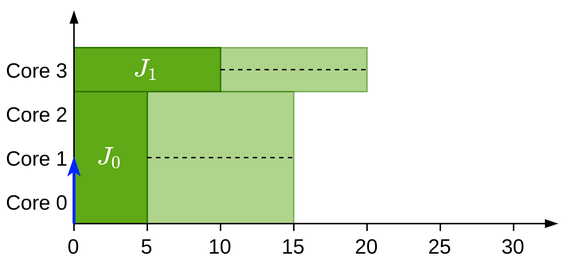
Above: Notes/TFM/images/extra_04/gang.png in jmigual/APATeoria (draw.io), before the change. Source tidied: cells renumbered, new cells last; positions are measured from the earlier drawing's top-left corner, leaving out a move shared by most shapes. Source of this version:
```xml
<mxGraphModel math="1">
  <root>
    <mxCell id="0" />
    <mxCell id="1" parent="0" />
    <mxCell id="2" style="rounded=0;whiteSpace=wrap;html=1;align=center;fillColor=#60a917;strokeColor=#2D7600;fontColor=#ffffff;comic=0;fontSize=14;opacity=50;" parent="1" vertex="1">
      <mxGeometry x="150" y="25" width="100" height="30" as="geometry" />
    </mxCell>
    <mxCell id="3" style="rounded=0;whiteSpace=wrap;html=1;align=center;fillColor=#60a917;strokeColor=#2D7600;fontColor=#ffffff;comic=0;fontSize=14;gradientColor=none;gradientDirection=east;opacity=50;" parent="1" vertex="1">
      <mxGeometry x="90" y="55" width="110" height="90" as="geometry" />
    </mxCell>
    <mxCell id="4" value="$$J_{1}$$" style="rounded=0;whiteSpace=wrap;html=1;align=center;fillColor=#60a917;strokeColor=#2D7600;fontColor=#ffffff;comic=0;fontSize=14;" parent="1" vertex="1">
      <mxGeometry x="50" y="25" width="100" height="30" as="geometry" />
    </mxCell>
    <mxCell id="5" value="$$J_{0}$$" style="rounded=0;whiteSpace=wrap;html=1;align=center;fillColor=#60a917;strokeColor=#2D7600;fontColor=#ffffff;comic=0;fontSize=14;" parent="1" vertex="1">
      <mxGeometry x="50" y="55" width="50" height="90" as="geometry" />
    </mxCell>
    <mxCell id="6" style="endArrow=blockThin;html=1;strokeColor=#000000;endFill=1;exitX=0.5;exitY=0;exitDx=0;exitDy=0;" parent="1" edge="1">
      <mxGeometry relative="1" as="geometry">
        <mxPoint x="50" y="150" as="sourcePoint" />
        <mxPoint x="50" as="targetPoint" />
      </mxGeometry>
    </mxCell>
    <mxCell id="7" value="&lt;div style=&quot;font-size: 14px;&quot;&gt;0&lt;/div&gt;" style="text;html=1;strokeColor=none;fillColor=none;align=center;verticalAlign=middle;whiteSpace=wrap;rounded=0;fontSize=14;" parent="1" vertex="1">
      <mxGeometry x="40" y="150" width="20" height="20" as="geometry" />
    </mxCell>
    <mxCell id="8" value="5" style="text;html=1;strokeColor=none;fillColor=none;align=center;verticalAlign=middle;whiteSpace=wrap;rounded=0;fontSize=14;" parent="1" vertex="1">
      <mxGeometry x="90" y="150" width="20" height="20" as="geometry" />
    </mxCell>
    <mxCell id="9" value="10" style="text;html=1;strokeColor=none;fillColor=none;align=center;verticalAlign=middle;whiteSpace=wrap;rounded=0;fontSize=14;" parent="1" vertex="1">
      <mxGeometry x="140" y="150" width="20" height="20" as="geometry" />
    </mxCell>
    <mxCell id="10" value="15" style="text;html=1;strokeColor=none;fillColor=none;align=center;verticalAlign=middle;whiteSpace=wrap;rounded=0;fontSize=14;" parent="1" vertex="1">
      <mxGeometry x="190" y="150" width="20" height="20" as="geometry" />
    </mxCell>
    <mxCell id="11" value="20" style="text;html=1;strokeColor=none;fillColor=none;align=center;verticalAlign=middle;whiteSpace=wrap;rounded=0;fontSize=14;" parent="1" vertex="1">
      <mxGeometry x="240" y="150" width="20" height="20" as="geometry" />
    </mxCell>
    <mxCell id="12" value="Core 0" style="text;html=1;strokeColor=none;fillColor=none;align=center;verticalAlign=middle;whiteSpace=wrap;rounded=0;fontSize=14;fontColor=#000000;" parent="1" vertex="1">
      <mxGeometry y="120" width="50" height="20" as="geometry" />
    </mxCell>
    <mxCell id="13" value="Core 1" style="text;html=1;strokeColor=none;fillColor=none;align=center;verticalAlign=middle;whiteSpace=wrap;rounded=0;fontSize=14;fontColor=#000000;" parent="1" vertex="1">
      <mxGeometry y="90" width="50" height="20" as="geometry" />
    </mxCell>
    <mxCell id="14" style="endArrow=none;html=1;" parent="1" edge="1" source="15">
      <mxGeometry relative="1" as="geometry">
        <mxPoint x="300" y="145" as="targetPoint" />
      </mxGeometry>
    </mxCell>
    <mxCell id="15" value="25" style="text;html=1;strokeColor=none;fillColor=none;align=center;verticalAlign=middle;whiteSpace=wrap;rounded=0;fontSize=14;" parent="1" vertex="1">
      <mxGeometry x="290" y="150" width="20" height="20" as="geometry" />
    </mxCell>
    <mxCell id="16" style="endArrow=none;html=1;exitX=0.5;exitY=0;exitDx=0;exitDy=0;" parent="1" edge="1" source="15">
      <mxGeometry relative="1" as="geometry">
        <mxPoint x="300" y="145" as="targetPoint" />
      </mxGeometry>
    </mxCell>
    <mxCell id="17" style="endArrow=none;html=1;exitX=0.5;exitY=0;exitDx=0;exitDy=0;" parent="1" edge="1" source="11">
      <mxGeometry relative="1" as="geometry">
        <mxPoint x="250" y="145" as="targetPoint" />
      </mxGeometry>
    </mxCell>
    <mxCell id="18" style="endArrow=none;html=1;exitX=0.5;exitY=0;exitDx=0;exitDy=0;" parent="1" edge="1" source="10">
      <mxGeometry relative="1" as="geometry">
        <mxPoint x="200" y="145" as="targetPoint" />
      </mxGeometry>
    </mxCell>
    <mxCell id="19" style="endArrow=none;html=1;exitX=0.5;exitY=0;exitDx=0;exitDy=0;" parent="1" edge="1" source="9">
      <mxGeometry relative="1" as="geometry">
        <mxPoint x="150" y="145" as="targetPoint" />
      </mxGeometry>
    </mxCell>
    <mxCell id="20" style="endArrow=none;html=1;exitX=0.5;exitY=0;exitDx=0;exitDy=0;" parent="1" edge="1" source="8">
      <mxGeometry relative="1" as="geometry">
        <mxPoint x="100" y="145" as="targetPoint" />
      </mxGeometry>
    </mxCell>
    <mxCell id="21" style="endArrow=none;html=1;" parent="1" edge="1" source="22">
      <mxGeometry relative="1" as="geometry">
        <mxPoint x="350" y="145" as="targetPoint" />
      </mxGeometry>
    </mxCell>
    <mxCell id="22" value="30" style="text;html=1;strokeColor=none;fillColor=none;align=center;verticalAlign=middle;whiteSpace=wrap;rounded=0;fontSize=14;" parent="1" vertex="1">
      <mxGeometry x="340" y="150" width="20" height="20" as="geometry" />
    </mxCell>
    <mxCell id="23" value="Core 2" style="text;html=1;strokeColor=none;fillColor=none;align=center;verticalAlign=middle;whiteSpace=wrap;rounded=0;fontSize=14;fontColor=#000000;" parent="1" vertex="1">
      <mxGeometry y="60" width="50" height="20" as="geometry" />
    </mxCell>
    <mxCell id="24" style="endArrow=blockThin;html=1;endFill=1;" parent="1" edge="1">
      <mxGeometry relative="1" as="geometry">
        <mxPoint x="50" y="145" as="sourcePoint" />
        <mxPoint x="380" y="145" as="targetPoint" />
      </mxGeometry>
    </mxCell>
    <mxCell id="25" style="endArrow=classicThin;html=1;strokeColor=#0027FF;fillColor=#0050ef;endFill=1;strokeWidth=2;" parent="1" edge="1">
      <mxGeometry relative="1" as="geometry">
        <mxPoint x="50" y="145" as="sourcePoint" />
        <mxPoint x="50" y="100" as="targetPoint" />
      </mxGeometry>
    </mxCell>
    <mxCell id="26" value="Core 3" style="text;html=1;strokeColor=none;fillColor=none;align=center;verticalAlign=middle;whiteSpace=wrap;rounded=0;fontSize=14;fontColor=#000000;" parent="1" vertex="1">
      <mxGeometry y="30" width="50" height="20" as="geometry" />
    </mxCell>
    <mxCell id="27" style="endArrow=none;dashed=1;html=1;exitX=1;exitY=0.5;exitDx=0;exitDy=0;entryX=1;entryY=0.5;entryDx=0;entryDy=0;" parent="1" edge="1" source="5" target="3">
      <mxGeometry relative="1" as="geometry" />
    </mxCell>
    <mxCell id="28" style="endArrow=none;dashed=1;html=1;exitX=1;exitY=0.5;exitDx=0;exitDy=0;entryX=1;entryY=0.5;entryDx=0;entryDy=0;" parent="1" edge="1" source="4" target="2">
      <mxGeometry relative="1" as="geometry" />
    </mxCell>
  </root>
</mxGraphModel>
```
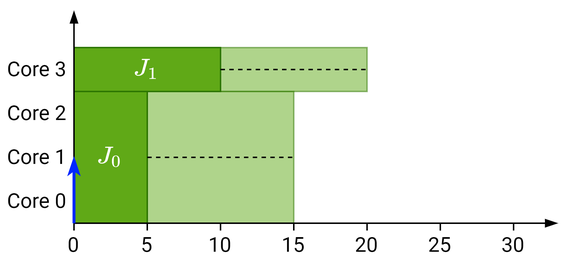
Later version of the same file.

Diff of the diagram source:
```diff
@@ -2,108 +2,108 @@
   <root>
     <mxCell id="0" />
     <mxCell id="1" parent="0" />
-    <mxCell id="2" style="rounded=0;whiteSpace=wrap;html=1;align=center;fillColor=#60a917;strokeColor=#2D7600;fontColor=#ffffff;comic=0;fontSize=14;opacity=50;" parent="1" vertex="1">
+    <mxCell id="2" style="rounded=0;whiteSpace=wrap;html=1;align=center;fillColor=#60a917;strokeColor=#2D7600;fontColor=#ffffff;comic=0;fontSize=14;opacity=50;fontFamily=Roboto;FType=g;" parent="1" vertex="1">
       <mxGeometry x="150" y="25" width="100" height="30" as="geometry" />
     </mxCell>
-    <mxCell id="3" style="rounded=0;whiteSpace=wrap;html=1;align=center;fillColor=#60a917;strokeColor=#2D7600;fontColor=#ffffff;comic=0;fontSize=14;gradientColor=none;gradientDirection=east;opacity=50;" parent="1" vertex="1">
+    <mxCell id="3" style="rounded=0;whiteSpace=wrap;html=1;align=center;fillColor=#60a917;strokeColor=#2D7600;fontColor=#ffffff;comic=0;fontSize=14;gradientColor=none;gradientDirection=east;opacity=50;fontFamily=Roboto;FType=g;" parent="1" vertex="1">
       <mxGeometry x="90" y="55" width="110" height="90" as="geometry" />
     </mxCell>
-    <mxCell id="4" value="$$J_{1}$$" style="rounded=0;whiteSpace=wrap;html=1;align=center;fillColor=#60a917;strokeColor=#2D7600;fontColor=#ffffff;comic=0;fontSize=14;" parent="1" vertex="1">
+    <mxCell id="4" value="$$J_{1}$$" style="rounded=0;whiteSpace=wrap;html=1;align=center;fillColor=#60a917;strokeColor=#2D7600;fontColor=#ffffff;comic=0;fontSize=14;fontFamily=Roboto;FType=g;" parent="1" vertex="1">
       <mxGeometry x="50" y="25" width="100" height="30" as="geometry" />
     </mxCell>
-    <mxCell id="5" value="$$J_{0}$$" style="rounded=0;whiteSpace=wrap;html=1;align=center;fillColor=#60a917;strokeColor=#2D7600;fontColor=#ffffff;comic=0;fontSize=14;" parent="1" vertex="1">
+    <mxCell id="5" value="$$J_{0}$$" style="rounded=0;whiteSpace=wrap;html=1;align=center;fillColor=#60a917;strokeColor=#2D7600;fontColor=#ffffff;comic=0;fontSize=14;fontFamily=Roboto;FType=g;" parent="1" vertex="1">
       <mxGeometry x="50" y="55" width="50" height="90" as="geometry" />
     </mxCell>
-    <mxCell id="6" style="endArrow=blockThin;html=1;strokeColor=#000000;endFill=1;exitX=0.5;exitY=0;exitDx=0;exitDy=0;" parent="1" edge="1">
+    <mxCell id="6" style="endArrow=blockThin;html=1;strokeColor=#000000;endFill=1;exitX=0.5;exitY=0;exitDx=0;exitDy=0;fontFamily=Roboto;FType=g;" parent="1" edge="1">
       <mxGeometry relative="1" as="geometry">
         <mxPoint x="50" y="150" as="sourcePoint" />
         <mxPoint x="50" as="targetPoint" />
       </mxGeometry>
     </mxCell>
-    <mxCell id="7" value="&lt;div style=&quot;font-size: 14px;&quot;&gt;0&lt;/div&gt;" style="text;html=1;strokeColor=none;fillColor=none;align=center;verticalAlign=middle;whiteSpace=wrap;rounded=0;fontSize=14;" parent="1" vertex="1">
+    <mxCell id="7" value="&lt;div style=&quot;font-size: 14px;&quot;&gt;0&lt;/div&gt;" style="text;html=1;strokeColor=none;fillColor=none;align=center;verticalAlign=middle;whiteSpace=wrap;rounded=0;fontSize=14;fontFamily=Roboto;FType=g;" parent="1" vertex="1">
       <mxGeometry x="40" y="150" width="20" height="20" as="geometry" />
     </mxCell>
-    <mxCell id="8" value="5" style="text;html=1;strokeColor=none;fillColor=none;align=center;verticalAlign=middle;whiteSpace=wrap;rounded=0;fontSize=14;" parent="1" vertex="1">
+    <mxCell id="8" value="5" style="text;html=1;strokeColor=none;fillColor=none;align=center;verticalAlign=middle;whiteSpace=wrap;rounded=0;fontSize=14;fontFamily=Roboto;FType=g;" parent="1" vertex="1">
       <mxGeometry x="90" y="150" width="20" height="20" as="geometry" />
     </mxCell>
-    <mxCell id="9" value="10" style="text;html=1;strokeColor=none;fillColor=none;align=center;verticalAlign=middle;whiteSpace=wrap;rounded=0;fontSize=14;" parent="1" vertex="1">
+    <mxCell id="9" value="10" style="text;html=1;strokeColor=none;fillColor=none;align=center;verticalAlign=middle;whiteSpace=wrap;rounded=0;fontSize=14;fontFamily=Roboto;FType=g;" parent="1" vertex="1">
       <mxGeometry x="140" y="150" width="20" height="20" as="geometry" />
     </mxCell>
-    <mxCell id="10" value="15" style="text;html=1;strokeColor=none;fillColor=none;align=center;verticalAlign=middle;whiteSpace=wrap;rounded=0;fontSize=14;" parent="1" vertex="1">
+    <mxCell id="10" value="15" style="text;html=1;strokeColor=none;fillColor=none;align=center;verticalAlign=middle;whiteSpace=wrap;rounded=0;fontSize=14;fontFamily=Roboto;FType=g;" parent="1" vertex="1">
       <mxGeometry x="190" y="150" width="20" height="20" as="geometry" />
     </mxCell>
-    <mxCell id="11" value="20" style="text;html=1;strokeColor=none;fillColor=none;align=center;verticalAlign=middle;whiteSpace=wrap;rounded=0;fontSize=14;" parent="1" vertex="1">
+    <mxCell id="11" value="20" style="text;html=1;strokeColor=none;fillColor=none;align=center;verticalAlign=middle;whiteSpace=wrap;rounded=0;fontSize=14;fontFamily=Roboto;FType=g;" parent="1" vertex="1">
       <mxGeometry x="240" y="150" width="20" height="20" as="geometry" />
     </mxCell>
-    <mxCell id="12" value="Core 0" style="text;html=1;strokeColor=none;fillColor=none;align=center;verticalAlign=middle;whiteSpace=wrap;rounded=0;fontSize=14;fontColor=#000000;" parent="1" vertex="1">
+    <mxCell id="12" value="Core 0" style="text;html=1;strokeColor=none;fillColor=none;align=center;verticalAlign=middle;whiteSpace=wrap;rounded=0;fontSize=14;fontColor=#000000;fontFamily=Roboto;FType=g;" parent="1" vertex="1">
       <mxGeometry y="120" width="50" height="20" as="geometry" />
     </mxCell>
-    <mxCell id="13" value="Core 1" style="text;html=1;strokeColor=none;fillColor=none;align=center;verticalAlign=middle;whiteSpace=wrap;rounded=0;fontSize=14;fontColor=#000000;" parent="1" vertex="1">
+    <mxCell id="13" value="Core 1" style="text;html=1;strokeColor=none;fillColor=none;align=center;verticalAlign=middle;whiteSpace=wrap;rounded=0;fontSize=14;fontColor=#000000;fontFamily=Roboto;FType=g;" parent="1" vertex="1">
       <mxGeometry y="90" width="50" height="20" as="geometry" />
     </mxCell>
-    <mxCell id="14" style="endArrow=none;html=1;" parent="1" edge="1" source="15">
+    <mxCell id="14" style="endArrow=none;html=1;fontFamily=Roboto;FType=g;" parent="1" edge="1" source="15">
       <mxGeometry relative="1" as="geometry">
         <mxPoint x="300" y="145" as="targetPoint" />
       </mxGeometry>
     </mxCell>
-    <mxCell id="15" value="25" style="text;html=1;strokeColor=none;fillColor=none;align=center;verticalAlign=middle;whiteSpace=wrap;rounded=0;fontSize=14;" parent="1" vertex="1">
+    <mxCell id="15" value="25" style="text;html=1;strokeColor=none;fillColor=none;align=center;verticalAlign=middle;whiteSpace=wrap;rounded=0;fontSize=14;fontFamily=Roboto;FType=g;" parent="1" vertex="1">
       <mxGeometry x="290" y="150" width="20" height="20" as="geometry" />
     </mxCell>
-    <mxCell id="16" style="endArrow=none;html=1;exitX=0.5;exitY=0;exitDx=0;exitDy=0;" parent="1" edge="1" source="15">
+    <mxCell id="16" style="endArrow=none;html=1;exitX=0.5;exitY=0;exitDx=0;exitDy=0;fontFamily=Roboto;FType=g;" parent="1" edge="1" source="15">
       <mxGeometry relative="1" as="geometry">
         <mxPoint x="300" y="145" as="targetPoint" />
       </mxGeometry>
     </mxCell>
-    <mxCell id="17" style="endArrow=none;html=1;exitX=0.5;exitY=0;exitDx=0;exitDy=0;" parent="1" edge="1" source="11">
+    <mxCell id="17" style="endArrow=none;html=1;exitX=0.5;exitY=0;exitDx=0;exitDy=0;fontFamily=Roboto;FType=g;" parent="1" edge="1" source="11">
       <mxGeometry relative="1" as="geometry">
         <mxPoint x="250" y="145" as="targetPoint" />
       </mxGeometry>
     </mxCell>
-    <mxCell id="18" style="endArrow=none;html=1;exitX=0.5;exitY=0;exitDx=0;exitDy=0;" parent="1" edge="1" source="10">
+    <mxCell id="18" style="endArrow=none;html=1;exitX=0.5;exitY=0;exitDx=0;exitDy=0;fontFamily=Roboto;FType=g;" parent="1" edge="1" source="10">
       <mxGeometry relative="1" as="geometry">
         <mxPoint x="200" y="145" as="targetPoint" />
       </mxGeometry>
     </mxCell>
-    <mxCell id="19" style="endArrow=none;html=1;exitX=0.5;exitY=0;exitDx=0;exitDy=0;" parent="1" edge="1" source="9">
+    <mxCell id="19" style="endArrow=none;html=1;exitX=0.5;exitY=0;exitDx=0;exitDy=0;fontFamily=Roboto;FType=g;" parent="1" edge="1" source="9">
       <mxGeometry relative="1" as="geometry">
         <mxPoint x="150" y="145" as="targetPoint" />
       </mxGeometry>
     </mxCell>
-    <mxCell id="20" style="endArrow=none;html=1;exitX=0.5;exitY=0;exitDx=0;exitDy=0;" parent="1" edge="1" source="8">
+    <mxCell id="20" style="endArrow=none;html=1;exitX=0.5;exitY=0;exitDx=0;exitDy=0;fontFamily=Roboto;FType=g;" parent="1" edge="1" source="8">
       <mxGeometry relative="1" as="geometry">
         <mxPoint x="100" y="145" as="targetPoint" />
       </mxGeometry>
     </mxCell>
-    <mxCell id="21" style="endArrow=none;html=1;" parent="1" edge="1" source="22">
+    <mxCell id="21" style="endArrow=none;html=1;fontFamily=Roboto;FType=g;" parent="1" edge="1" source="22">
       <mxGeometry relative="1" as="geometry">
         <mxPoint x="350" y="145" as="targetPoint" />
       </mxGeometry>
     </mxCell>
-    <mxCell id="22" value="30" style="text;html=1;strokeColor=none;fillColor=none;align=center;verticalAlign=middle;whiteSpace=wrap;rounded=0;fontSize=14;" parent="1" vertex="1">
+    <mxCell id="22" value="30" style="text;html=1;strokeColor=none;fillColor=none;align=center;verticalAlign=middle;whiteSpace=wrap;rounded=0;fontSize=14;fontFamily=Roboto;FType=g;" parent="1" vertex="1">
       <mxGeometry x="340" y="150" width="20" height="20" as="geometry" />
     </mxCell>
-    <mxCell id="23" value="Core 2" style="text;html=1;strokeColor=none;fillColor=none;align=center;verticalAlign=middle;whiteSpace=wrap;rounded=0;fontSize=14;fontColor=#000000;" parent="1" vertex="1">
+    <mxCell id="23" value="Core 2" style="text;html=1;strokeColor=none;fillColor=none;align=center;verticalAlign=middle;whiteSpace=wrap;rounded=0;fontSize=14;fontColor=#000000;fontFamily=Roboto;FType=g;" parent="1" vertex="1">
       <mxGeometry y="60" width="50" height="20" as="geometry" />
     </mxCell>
-    <mxCell id="24" style="endArrow=blockThin;html=1;endFill=1;" parent="1" edge="1">
+    <mxCell id="24" style="endArrow=blockThin;html=1;endFill=1;fontFamily=Roboto;FType=g;" parent="1" edge="1">
       <mxGeometry relative="1" as="geometry">
         <mxPoint x="50" y="145" as="sourcePoint" />
         <mxPoint x="380" y="145" as="targetPoint" />
       </mxGeometry>
     </mxCell>
-    <mxCell id="25" style="endArrow=classicThin;html=1;strokeColor=#0027FF;fillColor=#0050ef;endFill=1;strokeWidth=2;" parent="1" edge="1">
+    <mxCell id="25" style="endArrow=classicThin;html=1;strokeColor=#0027FF;fillColor=#0050ef;endFill=1;strokeWidth=2;fontFamily=Roboto;FType=g;" parent="1" edge="1">
       <mxGeometry relative="1" as="geometry">
         <mxPoint x="50" y="145" as="sourcePoint" />
         <mxPoint x="50" y="100" as="targetPoint" />
       </mxGeometry>
     </mxCell>
-    <mxCell id="26" value="Core 3" style="text;html=1;strokeColor=none;fillColor=none;align=center;verticalAlign=middle;whiteSpace=wrap;rounded=0;fontSize=14;fontColor=#000000;" parent="1" vertex="1">
+    <mxCell id="26" value="Core 3" style="text;html=1;strokeColor=none;fillColor=none;align=center;verticalAlign=middle;whiteSpace=wrap;rounded=0;fontSize=14;fontColor=#000000;fontFamily=Roboto;FType=g;" parent="1" vertex="1">
       <mxGeometry y="30" width="50" height="20" as="geometry" />
     </mxCell>
-    <mxCell id="27" style="endArrow=none;dashed=1;html=1;exitX=1;exitY=0.5;exitDx=0;exitDy=0;entryX=1;entryY=0.5;entryDx=0;entryDy=0;" parent="1" edge="1" source="5" target="3">
+    <mxCell id="27" style="endArrow=none;dashed=1;html=1;exitX=1;exitY=0.5;exitDx=0;exitDy=0;entryX=1;entryY=0.5;entryDx=0;entryDy=0;fontFamily=Roboto;FType=g;" parent="1" edge="1" source="5" target="3">
       <mxGeometry relative="1" as="geometry" />
     </mxCell>
-    <mxCell id="28" style="endArrow=none;dashed=1;html=1;exitX=1;exitY=0.5;exitDx=0;exitDy=0;entryX=1;entryY=0.5;entryDx=0;entryDy=0;" parent="1" edge="1" source="4" target="2">
+    <mxCell id="28" style="endArrow=none;dashed=1;html=1;exitX=1;exitY=0.5;exitDx=0;exitDy=0;entryX=1;entryY=0.5;entryDx=0;entryDy=0;fontFamily=Roboto;FType=g;" parent="1" edge="1" source="4" target="2">
       <mxGeometry relative="1" as="geometry" />
     </mxCell>
   </root>
```
